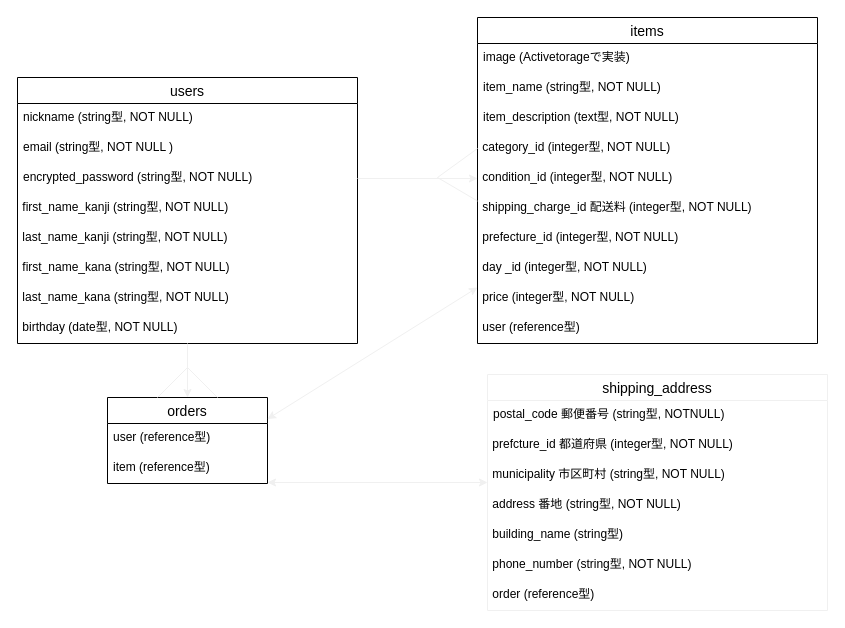
Above: furima.dio in katuya364/furima-35802 (draw.io), before the change. Source tidied: cells renumbered, new cells numbered last; positions are measured from the earlier drawing's top-left corner, leaving out a move shared by most shapes. Both pictures are drawn from the tidied source at 100%, with x=0, y=0 at pixel (17, 17).
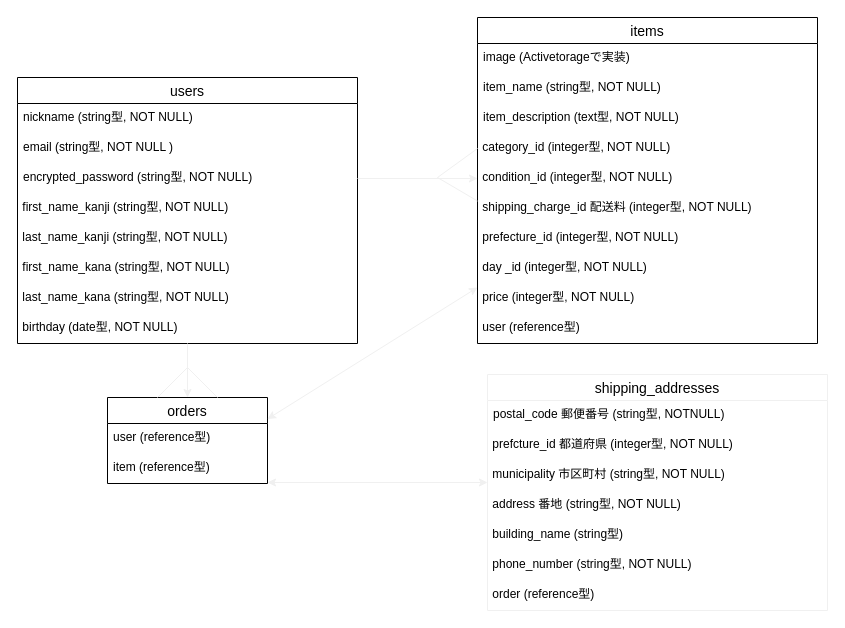
The same page after the edit.

Commit message:
テーブル名の変更

What changed in the source:
```diff
@@
-    <mxCell id="25" value="shipping_address" style="swimlane;fontStyle=0;horizontal=1;startSize=26;align=center;fontSize=14;strokeColor=#F0F0F0;" parent="1" vertex="1">
+    <mxCell id="25" value="shipping_addresses" style="swimlane;fontStyle=0;horizontal=1;startSize=26;align=center;fontSize=14;strokeColor=#F0F0F0;" parent="1" vertex="1">
       <mxGeometry x="470" y="357" width="340" height="236" as="geometry" />
     </mxCell>
```
